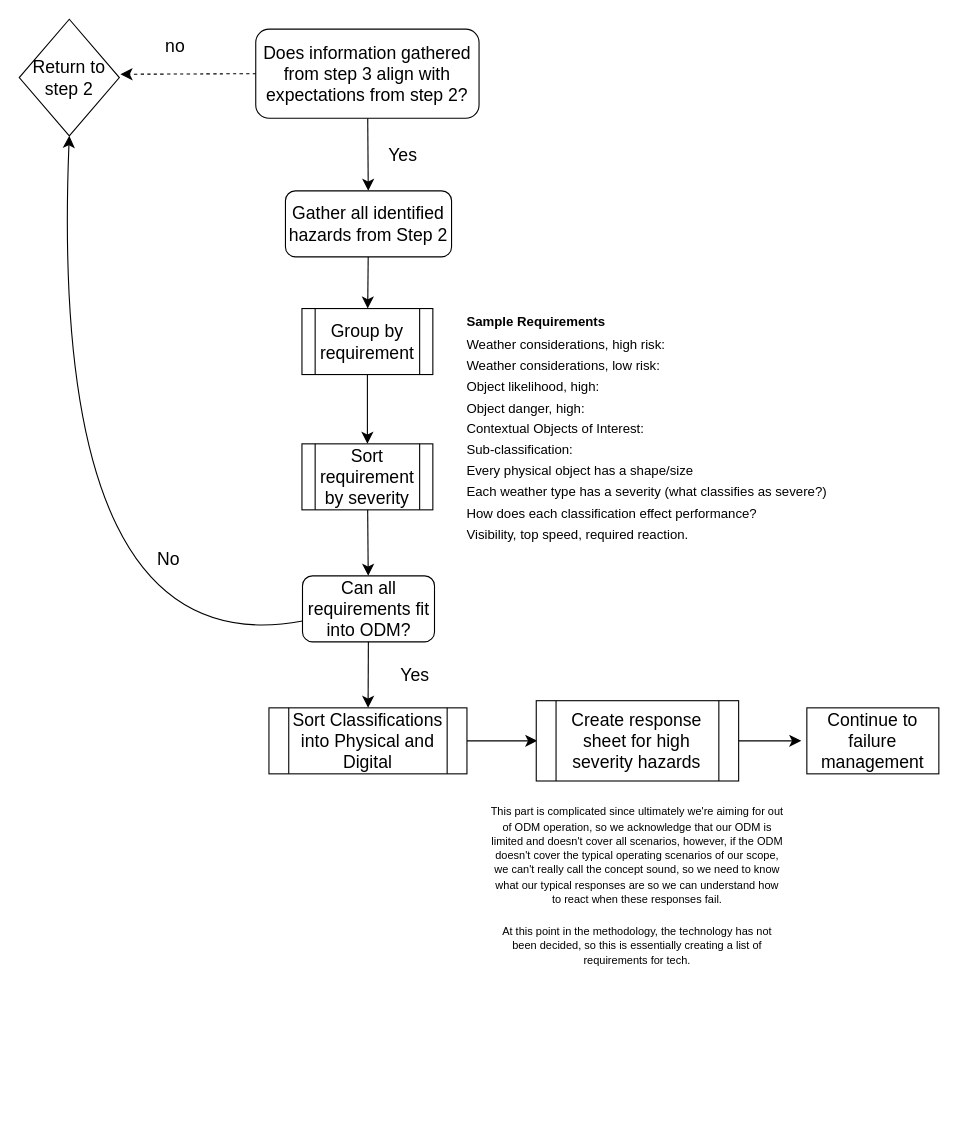
Earlier version of the draw.io diagram Step 4/sace-4-zoomed.drawio (TortoiseFather/SACRED). Source tidied: cells renumbered, new cells numbered last; positions are measured from the earlier drawing's top-left corner, leaving out a move shared by most shapes. Both pictures are drawn from the tidied source at 110%, with x=0, y=0 at pixel (19, 19).
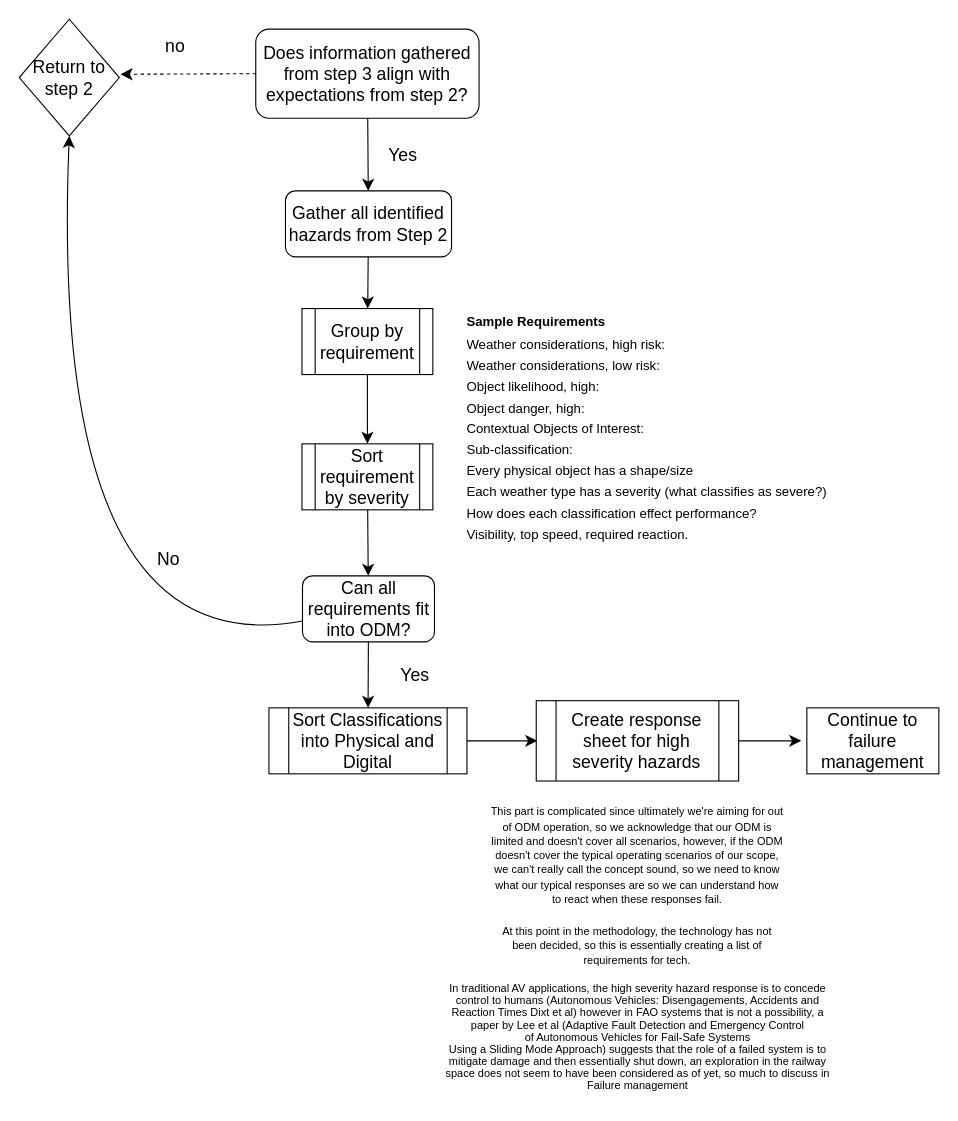
After the change.

What changed in the source:
```diff
@@
+    <mxCell id="26" value="&lt;p style=&quot;line-height: 110%; font-size: 10px;&quot;&gt;&lt;font style=&quot;font-size: 10px;&quot;&gt;In traditional AV applications, the high severity hazard response is to concede control to humans (&lt;font style=&quot;font-size: 10px;&quot;&gt;Autonomous Vehicles: Disengagements, Accidents and Reaction Times Dixt et al) however in FAO systems that is not a possibility, a paper by Lee et al (Adaptive Fault Detection and Emergency Control&lt;br&gt;of Autonomous Vehicles for Fail-Safe Systems&lt;br&gt;Using a Sliding Mode Approach) suggests that the role of a failed system is to mitigate damage and then essentially shut down, an exploration in the railway space does not seem to have been considered as of yet, so much to discuss in Failure management&lt;br&gt;&lt;/font&gt;&lt;/font&gt;&lt;/p&gt;" style="text;html=1;strokeColor=none;fillColor=none;align=center;verticalAlign=middle;whiteSpace=wrap;rounded=0;fontSize=16;" parent="1" vertex="1">
+      <mxGeometry x="379.5" y="876" width="365" height="98" as="geometry" />
+    </mxCell>
```
